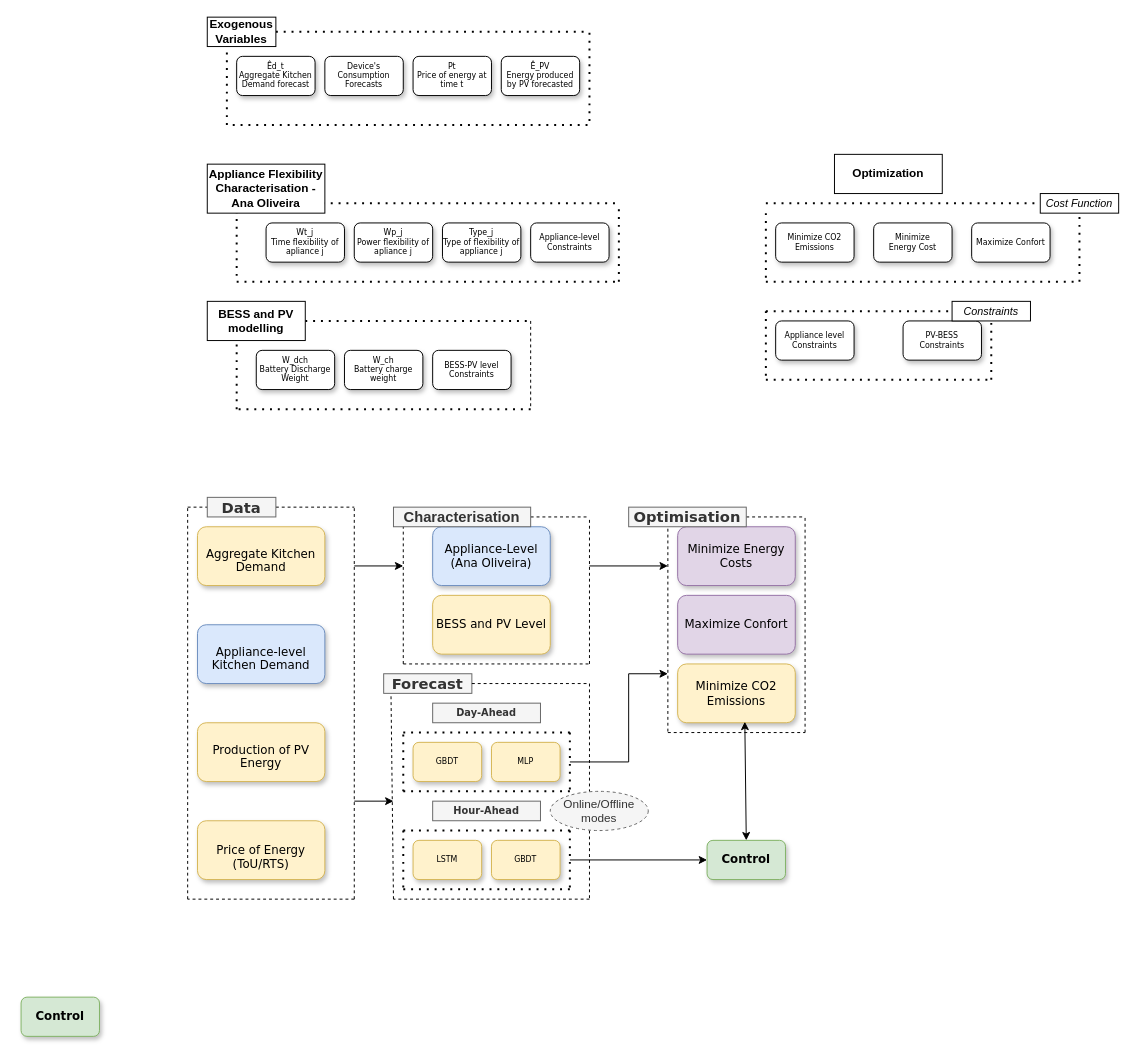
This is pic_methodologie.drawio from luistmartins/thesis_ik, a draw.io file, before an edit. Source tidied: cells renumbered, new cells numbered last; positions are measured from the earlier drawing's top-left corner, leaving out a move shared by most shapes. Both pictures are drawn from the tidied source at 98%, with x=0, y=0 at pixel (21, 17).
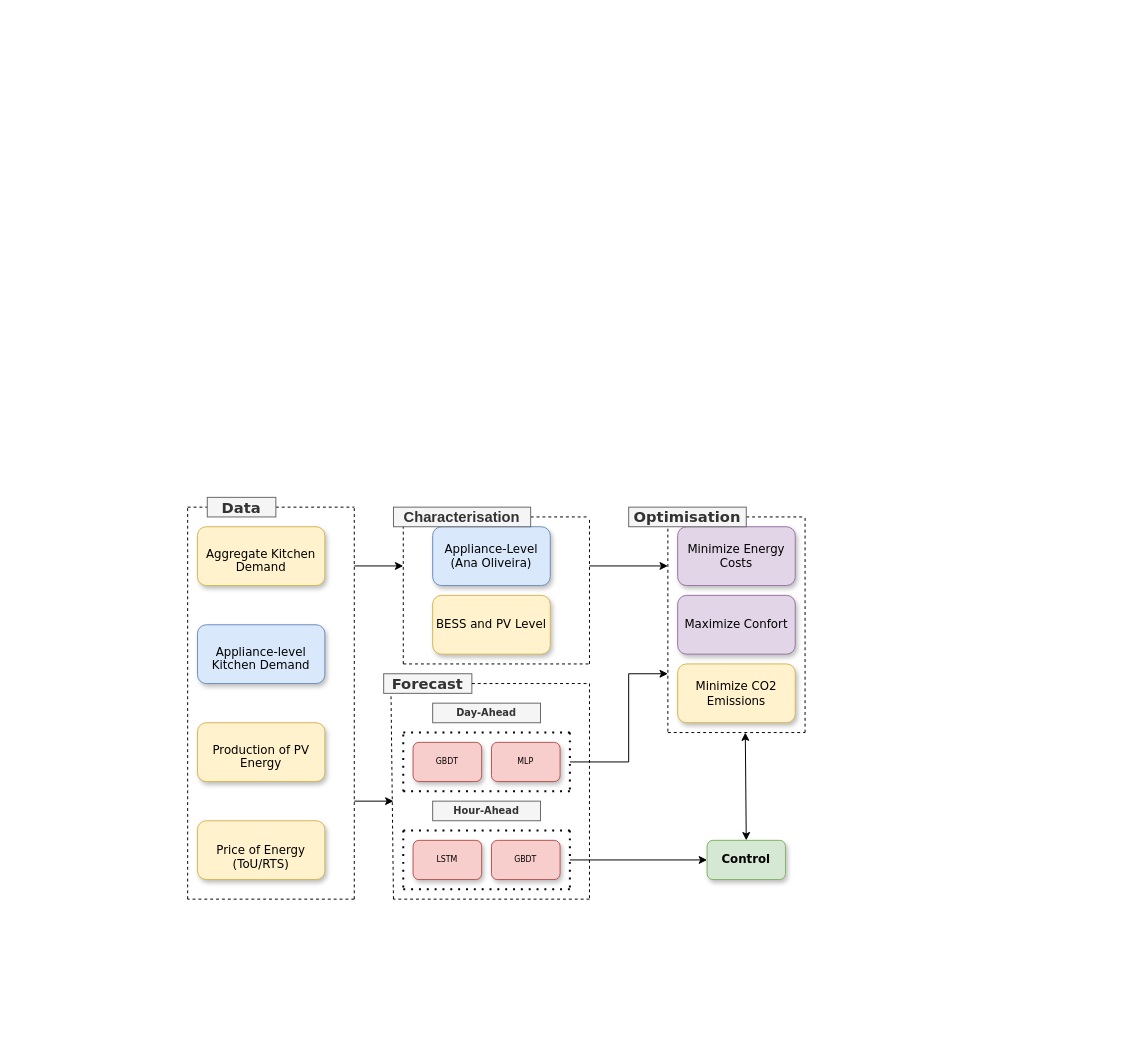
The same diagram, later.

Unchanged cells that the change refers to:
```xml
<mxCell id="41" value="&lt;b&gt;Control&lt;/b&gt;" style="rounded=1;whiteSpace=wrap;html=1;shadow=1;labelBackgroundColor=none;strokeWidth=1;fontFamily=Verdana;fontSize=12;align=center;fillColor=#d5e8d4;strokeColor=#82b366;" parent="1" vertex="1">
  <mxGeometry x="700" y="840" width="80" height="40" as="geometry" />
</mxCell>
<mxCell id="64" value="&lt;font style=&quot;font-size: 12px;&quot;&gt;Minimize CO2 Emissions&lt;/font&gt;" style="whiteSpace=wrap;html=1;fontSize=8;fontFamily=Verdana;rounded=1;shadow=1;labelBackgroundColor=none;strokeWidth=1;fillColor=#fff2cc;strokeColor=#d6b656;" parent="1" vertex="1">
  <mxGeometry x="670" y="660" width="120" height="60" as="geometry" />
</mxCell>
```

The edit, as a diff of the source:
```diff
@@
-    <mxCell id="2" value="Êd_t&lt;br&gt;Aggregate Kitchen Demand forecast" style="rounded=1;whiteSpace=wrap;html=1;shadow=1;labelBackgroundColor=none;strokeWidth=1;fontFamily=Verdana;fontSize=8;align=center;" parent="1" vertex="1">
-      <mxGeometry x="220" y="40" width="80" height="40" as="geometry" />
-    </mxCell>
-    <mxCell id="3" value="Ê_PV&lt;div&gt;Energy produced by PV forecasted&lt;/div&gt;" style="rounded=1;whiteSpace=wrap;html=1;shadow=1;labelBackgroundColor=none;strokeWidth=1;fontFamily=Verdana;fontSize=8;align=center;" parent="1" vertex="1">
-      <mxGeometry x="490" y="40" width="80" height="40" as="geometry" />
-    </mxCell>
-    <mxCell id="4" value="Pt&lt;br&gt;Price of energy at time t" style="rounded=1;whiteSpace=wrap;html=1;shadow=1;labelBackgroundColor=none;strokeWidth=1;fontFamily=Verdana;fontSize=8;align=center;" parent="1" vertex="1">
-      <mxGeometry x="400" y="40" width="80" height="40" as="geometry" />
-    </mxCell>
-    <mxCell id="5" style="endArrow=none;dashed=1;html=1;dashPattern=1 3;strokeWidth=2;rounded=0;" parent="1" edge="1">
-      <mxGeometry relative="1" as="geometry">
-        <mxPoint x="210" y="20" as="sourcePoint" />
-        <mxPoint x="580" y="10" as="targetPoint" />
-        <Array as="points">
-          <mxPoint x="210" y="110" />
-          <mxPoint x="580" y="110" />
-          <mxPoint x="580" y="70" />
-        </Array>
-      </mxGeometry>
-    </mxCell>
-    <mxCell id="6" style="endArrow=none;dashed=1;html=1;dashPattern=1 3;strokeWidth=2;rounded=0;" parent="1" edge="1" source="8">
-      <mxGeometry relative="1" as="geometry">
-        <mxPoint x="580" y="15" as="targetPoint" />
-      </mxGeometry>
-    </mxCell>
-    <mxCell id="7" style="endArrow=none;dashed=1;html=1;dashPattern=1 3;strokeWidth=2;rounded=0;" parent="1" edge="1" target="8">
-      <mxGeometry relative="1" as="geometry">
-        <mxPoint x="210" y="20" as="sourcePoint" />
-      </mxGeometry>
-    </mxCell>
-    <mxCell id="8" value="Exogenous Variables" style="rounded=0;whiteSpace=wrap;html=1;fontStyle=1;" parent="1" vertex="1">
-      <mxGeometry x="190" width="70" height="30" as="geometry" />
-    </mxCell>
-    <mxCell id="9" value="Device's Consumption Forecasts" style="rounded=1;whiteSpace=wrap;html=1;shadow=1;labelBackgroundColor=none;strokeWidth=1;fontFamily=Verdana;fontSize=8;align=center;" parent="1" vertex="1">
-      <mxGeometry x="310" y="40" width="80" height="40" as="geometry" />
-    </mxCell>
-    <mxCell id="10" value="Wt_j&lt;div&gt;Time flexibility of apliance j&lt;/div&gt;" style="rounded=1;whiteSpace=wrap;html=1;shadow=1;labelBackgroundColor=none;strokeWidth=1;fontFamily=Verdana;fontSize=8;align=center;" parent="1" vertex="1">
-      <mxGeometry x="250" y="210" width="80" height="40" as="geometry" />
-    </mxCell>
-    <mxCell id="11" value="Type_j&lt;br&gt;&lt;div&gt;Type of flexibility of appliance j&lt;/div&gt;" style="rounded=1;whiteSpace=wrap;html=1;shadow=1;labelBackgroundColor=none;strokeWidth=1;fontFamily=Verdana;fontSize=8;align=center;" parent="1" vertex="1">
-      <mxGeometry x="430" y="210" width="80" height="40" as="geometry" />
-    </mxCell>
-    <mxCell id="12" style="endArrow=none;dashed=1;html=1;dashPattern=1 3;strokeWidth=2;rounded=0;" parent="1" edge="1">
-      <mxGeometry relative="1" as="geometry">
-        <mxPoint x="220" y="190" as="sourcePoint" />
-        <mxPoint x="220" y="270" as="targetPoint" />
-      </mxGeometry>
-    </mxCell>
-    <mxCell id="13" value="Wp_j&lt;div&gt;Power flexibility of apliance j&lt;/div&gt;" style="rounded=1;whiteSpace=wrap;html=1;shadow=1;labelBackgroundColor=none;strokeWidth=1;fontFamily=Verdana;fontSize=8;align=center;" parent="1" vertex="1">
-      <mxGeometry x="340" y="210" width="80" height="40" as="geometry" />
-    </mxCell>
-    <mxCell id="14" style="endArrow=none;dashed=1;html=1;dashPattern=1 3;strokeWidth=2;rounded=0;" parent="1" edge="1">
-      <mxGeometry relative="1" as="geometry">
-        <mxPoint x="220" y="190" as="sourcePoint" />
-        <mxPoint x="610" y="190" as="targetPoint" />
-      </mxGeometry>
-    </mxCell>
-    <mxCell id="15" style="endArrow=none;dashed=1;html=1;dashPattern=1 3;strokeWidth=2;rounded=0;" parent="1" edge="1">
-      <mxGeometry relative="1" as="geometry">
-        <mxPoint x="610" y="270" as="sourcePoint" />
-        <mxPoint x="610" y="190" as="targetPoint" />
-      </mxGeometry>
-    </mxCell>
-    <mxCell id="16" style="endArrow=none;dashed=1;html=1;dashPattern=1 3;strokeWidth=2;rounded=0;" parent="1" edge="1">
-      <mxGeometry relative="1" as="geometry">
-        <mxPoint x="220" y="270" as="sourcePoint" />
-        <mxPoint x="610" y="270" as="targetPoint" />
-      </mxGeometry>
-    </mxCell>
-    <mxCell id="17" value="&lt;b&gt;Appliance Flexibility Characterisation - Ana Oliveira&lt;/b&gt;" style="rounded=0;whiteSpace=wrap;html=1;" parent="1" vertex="1">
-      <mxGeometry x="190" y="150" width="120" height="50" as="geometry" />
-    </mxCell>
-    <mxCell id="18" value="W_dch&lt;div&gt;Battery Discharge Weight&lt;/div&gt;" style="rounded=1;whiteSpace=wrap;html=1;shadow=1;labelBackgroundColor=none;strokeWidth=1;fontFamily=Verdana;fontSize=8;align=center;" parent="1" vertex="1">
-      <mxGeometry x="240" y="340" width="80" height="40" as="geometry" />
-    </mxCell>
-    <mxCell id="19" style="endArrow=none;dashed=1;html=1;dashPattern=1 3;strokeWidth=2;rounded=0;" parent="1" edge="1" source="25">
-      <mxGeometry relative="1" as="geometry">
-        <mxPoint x="520" y="310" as="targetPoint" />
-      </mxGeometry>
-    </mxCell>
-    <mxCell id="20" value="W_ch&lt;div&gt;Battery charge weight&lt;/div&gt;" style="rounded=1;whiteSpace=wrap;html=1;shadow=1;labelBackgroundColor=none;strokeWidth=1;fontFamily=Verdana;fontSize=8;align=center;" parent="1" vertex="1">
-      <mxGeometry x="330" y="340" width="80" height="40" as="geometry" />
-    </mxCell>
-    <mxCell id="21" style="endArrow=none;dashed=1;html=1;rounded=0;" parent="1" edge="1">
-      <mxGeometry relative="1" as="geometry">
-        <mxPoint x="520" y="310" as="sourcePoint" />
-        <mxPoint x="520" y="400" as="targetPoint" />
-      </mxGeometry>
-    </mxCell>
-    <mxCell id="22" style="endArrow=none;dashed=1;html=1;dashPattern=1 3;strokeWidth=2;rounded=0;" parent="1" edge="1">
-      <mxGeometry relative="1" as="geometry">
-        <mxPoint x="520" y="400" as="sourcePoint" />
-        <mxPoint x="220" y="400" as="targetPoint" />
-      </mxGeometry>
-    </mxCell>
-    <mxCell id="23" style="endArrow=none;dashed=1;html=1;dashPattern=1 3;strokeWidth=2;rounded=0;" parent="1" edge="1">
-      <mxGeometry relative="1" as="geometry">
-        <mxPoint x="220" y="400" as="sourcePoint" />
-        <mxPoint x="220" y="320" as="targetPoint" />
-      </mxGeometry>
-    </mxCell>
-    <mxCell id="24" style="endArrow=none;dashed=1;html=1;dashPattern=1 3;strokeWidth=2;rounded=0;" parent="1" edge="1" target="25">
-      <mxGeometry relative="1" as="geometry">
-        <mxPoint x="220" y="320" as="sourcePoint" />
-      </mxGeometry>
-    </mxCell>
-    <mxCell id="25" value="BESS and PV modelling" style="rounded=0;whiteSpace=wrap;html=1;fontStyle=1;" parent="1" vertex="1">
-      <mxGeometry x="190" y="290" width="100" height="40" as="geometry" />
-    </mxCell>
-    <mxCell id="26" value="Minimize Energy&amp;nbsp;&lt;span style=&quot;background-color: transparent; color: light-dark(rgb(0, 0, 0), rgb(255, 255, 255));&quot;&gt;Cost&lt;/span&gt;" style="rounded=1;whiteSpace=wrap;html=1;shadow=1;labelBackgroundColor=none;strokeWidth=1;fontFamily=Verdana;fontSize=8;align=center;" parent="1" vertex="1">
-      <mxGeometry x="870" y="210" width="80" height="40" as="geometry" />
-    </mxCell>
-    <mxCell id="27" style="endArrow=none;dashed=1;html=1;dashPattern=1 3;strokeWidth=2;rounded=0;" parent="1" edge="1">
-      <mxGeometry relative="1" as="geometry">
-        <mxPoint x="760" y="200" as="sourcePoint" />
-        <mxPoint x="760" y="270" as="targetPoint" />
-      </mxGeometry>
-    </mxCell>
-    <mxCell id="28" style="endArrow=none;dashed=1;html=1;dashPattern=1 3;strokeWidth=2;rounded=0;entryX=0.5;entryY=1;entryDx=0;entryDy=0;" parent="1" edge="1" target="33">
-      <mxGeometry relative="1" as="geometry">
-        <mxPoint x="1080" y="270" as="sourcePoint" />
-      </mxGeometry>
-    </mxCell>
-    <mxCell id="29" style="endArrow=none;dashed=1;html=1;dashPattern=1 3;strokeWidth=2;rounded=0;" parent="1" edge="1">
-      <mxGeometry relative="1" as="geometry">
-        <mxPoint x="760" y="270" as="sourcePoint" />
-        <mxPoint x="1080" y="270" as="targetPoint" />
-      </mxGeometry>
-    </mxCell>
-    <mxCell id="30" style="endArrow=none;dashed=1;html=1;dashPattern=1 3;strokeWidth=2;rounded=0;entryX=0;entryY=0.5;entryDx=0;entryDy=0;" parent="1" edge="1" target="33">
-      <mxGeometry relative="1" as="geometry">
-        <mxPoint x="760" y="190" as="sourcePoint" />
-      </mxGeometry>
-    </mxCell>
-    <mxCell id="31" value="&lt;b&gt;Optimization&lt;/b&gt;" style="rounded=0;whiteSpace=wrap;html=1;" parent="1" vertex="1">
-      <mxGeometry x="830" y="140" width="110" height="40" as="geometry" />
-    </mxCell>
-    <mxCell id="32" value="Minimize CO2 Emissions" style="rounded=1;whiteSpace=wrap;html=1;shadow=1;labelBackgroundColor=none;strokeWidth=1;fontFamily=Verdana;fontSize=8;align=center;" parent="1" vertex="1">
-      <mxGeometry x="770" y="210" width="80" height="40" as="geometry" />
-    </mxCell>
-    <mxCell id="33" value="Cost Function" style="whiteSpace=wrap;html=1;fontStyle=2;fontSize=11;" parent="1" vertex="1">
-      <mxGeometry x="1040" y="180" width="80" height="20" as="geometry" />
-    </mxCell>
-    <mxCell id="34" value="PV-BESS Constraints" style="rounded=1;whiteSpace=wrap;html=1;shadow=1;labelBackgroundColor=none;strokeWidth=1;fontFamily=Verdana;fontSize=8;align=center;" parent="1" vertex="1">
-      <mxGeometry x="900" y="310" width="80" height="40" as="geometry" />
-    </mxCell>
-    <mxCell id="35" style="endArrow=none;dashed=1;html=1;dashPattern=1 3;strokeWidth=2;rounded=0;" parent="1" edge="1">
-      <mxGeometry relative="1" as="geometry">
-        <mxPoint x="760" y="300" as="sourcePoint" />
-        <mxPoint x="760" y="370" as="targetPoint" />
-      </mxGeometry>
-    </mxCell>
-    <mxCell id="36" style="endArrow=none;dashed=1;html=1;dashPattern=1 3;strokeWidth=2;rounded=0;" parent="1" edge="1">
-      <mxGeometry relative="1" as="geometry">
-        <mxPoint x="990" y="370" as="sourcePoint" />
-        <mxPoint x="990" y="300" as="targetPoint" />
-      </mxGeometry>
-    </mxCell>
-    <mxCell id="37" style="endArrow=none;dashed=1;html=1;dashPattern=1 3;strokeWidth=2;rounded=0;" parent="1" edge="1">
-      <mxGeometry relative="1" as="geometry">
-        <mxPoint x="760" y="370" as="sourcePoint" />
-        <mxPoint x="990" y="370" as="targetPoint" />
-      </mxGeometry>
-    </mxCell>
-    <mxCell id="38" style="endArrow=none;dashed=1;html=1;dashPattern=1 3;strokeWidth=2;rounded=0;" parent="1" edge="1">
-      <mxGeometry relative="1" as="geometry">
-        <mxPoint x="760" y="300" as="sourcePoint" />
-        <mxPoint x="990" y="300" as="targetPoint" />
-      </mxGeometry>
-    </mxCell>
-    <mxCell id="39" value="Appliance level Constraints" style="rounded=1;whiteSpace=wrap;html=1;shadow=1;labelBackgroundColor=none;strokeWidth=1;fontFamily=Verdana;fontSize=8;align=center;" parent="1" vertex="1">
-      <mxGeometry x="770" y="310" width="80" height="40" as="geometry" />
-    </mxCell>
-    <mxCell id="40" value="Constraints" style="whiteSpace=wrap;html=1;fontStyle=2;fontSize=11;" parent="1" vertex="1">
-      <mxGeometry x="950" y="290" width="80" height="20" as="geometry" />
-    </mxCell>
@@
-    <mxCell id="42" value="Maximize Confort" style="rounded=1;whiteSpace=wrap;html=1;shadow=1;labelBackgroundColor=none;strokeWidth=1;fontFamily=Verdana;fontSize=8;align=center;" parent="1" vertex="1">
-      <mxGeometry x="970" y="210" width="80" height="40" as="geometry" />
-    </mxCell>
-    <mxCell id="43" value="Appliance-level Constraints" style="rounded=1;whiteSpace=wrap;html=1;shadow=1;labelBackgroundColor=none;strokeWidth=1;fontFamily=Verdana;fontSize=8;align=center;" parent="1" vertex="1">
-      <mxGeometry x="520" y="210" width="80" height="40" as="geometry" />
-    </mxCell>
-    <mxCell id="44" value="BESS-PV level Constraints" style="rounded=1;whiteSpace=wrap;html=1;shadow=1;labelBackgroundColor=none;strokeWidth=1;fontFamily=Verdana;fontSize=8;align=center;" parent="1" vertex="1">
-      <mxGeometry x="420" y="340" width="80" height="40" as="geometry" />
-    </mxCell>
@@
-    <mxCell id="71" value="&lt;div&gt;GBDT&lt;/div&gt;" style="whiteSpace=wrap;html=1;fontSize=8;fontFamily=Verdana;rounded=1;shadow=1;labelBackgroundColor=none;strokeWidth=1;fillColor=#fff2cc;strokeColor=#d6b656;" parent="1" vertex="1">
+    <mxCell id="71" value="&lt;div&gt;GBDT&lt;/div&gt;" style="whiteSpace=wrap;html=1;fontSize=8;fontFamily=Verdana;rounded=1;shadow=1;labelBackgroundColor=none;strokeWidth=1;fillColor=#f8cecc;strokeColor=#b85450;" parent="1" vertex="1">
       <mxGeometry x="400" y="740" width="70" height="40" as="geometry" />
     </mxCell>
@@
-    <mxCell id="74" value="&lt;div&gt;LSTM&lt;/div&gt;" style="whiteSpace=wrap;html=1;fontSize=8;fontFamily=Verdana;rounded=1;shadow=1;labelBackgroundColor=none;strokeWidth=1;fillColor=#fff2cc;strokeColor=#d6b656;" parent="1" vertex="1">
+    <mxCell id="74" value="&lt;div&gt;LSTM&lt;/div&gt;" style="whiteSpace=wrap;html=1;fontSize=8;fontFamily=Verdana;rounded=1;shadow=1;labelBackgroundColor=none;strokeWidth=1;fillColor=#f8cecc;strokeColor=#b85450;" parent="1" vertex="1">
       <mxGeometry x="400" y="840" width="70" height="40" as="geometry" />
     </mxCell>
-    <mxCell id="75" value="&lt;div&gt;MLP&lt;/div&gt;" style="whiteSpace=wrap;html=1;fontSize=8;fontFamily=Verdana;rounded=1;shadow=1;labelBackgroundColor=none;strokeWidth=1;fillColor=#fff2cc;strokeColor=#d6b656;" parent="1" vertex="1">
+    <mxCell id="75" value="&lt;div&gt;MLP&lt;/div&gt;" style="whiteSpace=wrap;html=1;fontSize=8;fontFamily=Verdana;rounded=1;shadow=1;labelBackgroundColor=none;strokeWidth=1;fillColor=#f8cecc;strokeColor=#b85450;" parent="1" vertex="1">
       <mxGeometry x="480" y="740" width="70" height="40" as="geometry" />
     </mxCell>
@@
-    <mxCell id="87" value="&lt;div&gt;GBDT&lt;/div&gt;" style="whiteSpace=wrap;html=1;fontSize=8;fontFamily=Verdana;rounded=1;shadow=1;labelBackgroundColor=none;strokeWidth=1;fillColor=#fff2cc;strokeColor=#d6b656;" parent="1" vertex="1">
+    <mxCell id="87" value="&lt;div&gt;GBDT&lt;/div&gt;" style="whiteSpace=wrap;html=1;fontSize=8;fontFamily=Verdana;rounded=1;shadow=1;labelBackgroundColor=none;strokeWidth=1;fillColor=#f8cecc;strokeColor=#b85450;" parent="1" vertex="1">
       <mxGeometry x="480" y="840" width="70" height="40" as="geometry" />
     </mxCell>
@@
-    <mxCell id="97" style="endArrow=classic;startArrow=classic;html=1;rounded=0;exitX=0.5;exitY=0;exitDx=0;exitDy=0;entryX=0.571;entryY=0.983;entryDx=0;entryDy=0;entryPerimeter=0;" parent="1" edge="1" source="41" target="64">
-      <mxGeometry relative="1" as="geometry" />
+    <mxCell id="97" style="endArrow=classic;startArrow=classic;html=1;rounded=0;exitX=0.5;exitY=0;exitDx=0;exitDy=0;" parent="1" edge="1" source="41">
+      <mxGeometry relative="1" as="geometry">
+        <mxPoint x="739" y="730" as="targetPoint" />
+      </mxGeometry>
     </mxCell>
-    <mxCell id="98" value="Online/Offline modes" style="ellipse;whiteSpace=wrap;html=1;align=center;dashed=1;fillColor=#f5f5f5;fontColor=#333333;strokeColor=#666666;" parent="1" vertex="1">
-      <mxGeometry x="540" y="790" width="100" height="40" as="geometry" />
-    </mxCell>
-    <mxCell id="99" value="&lt;b&gt;Control&lt;/b&gt;" style="rounded=1;whiteSpace=wrap;html=1;shadow=1;labelBackgroundColor=none;strokeWidth=1;fontFamily=Verdana;fontSize=12;align=center;fillColor=#d5e8d4;strokeColor=#82b366;" parent="1" vertex="1">
-      <mxGeometry y="1000" width="80" height="40" as="geometry" />
-    </mxCell>
```
